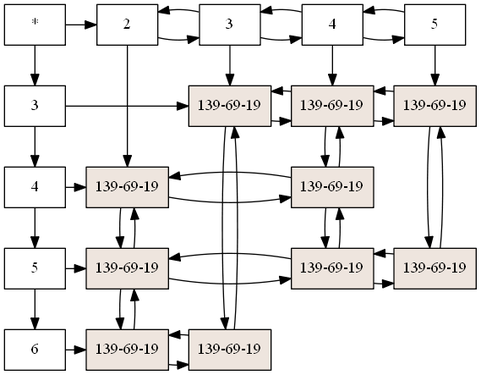
Eduardo01004/EDD_2S2019_PY1_201612124 keeps this Graphviz diagram as Proyecto1/Matriz.png. Above is the earlier version. Its source is kept beside it as Proyecto1/Matriz.dot.
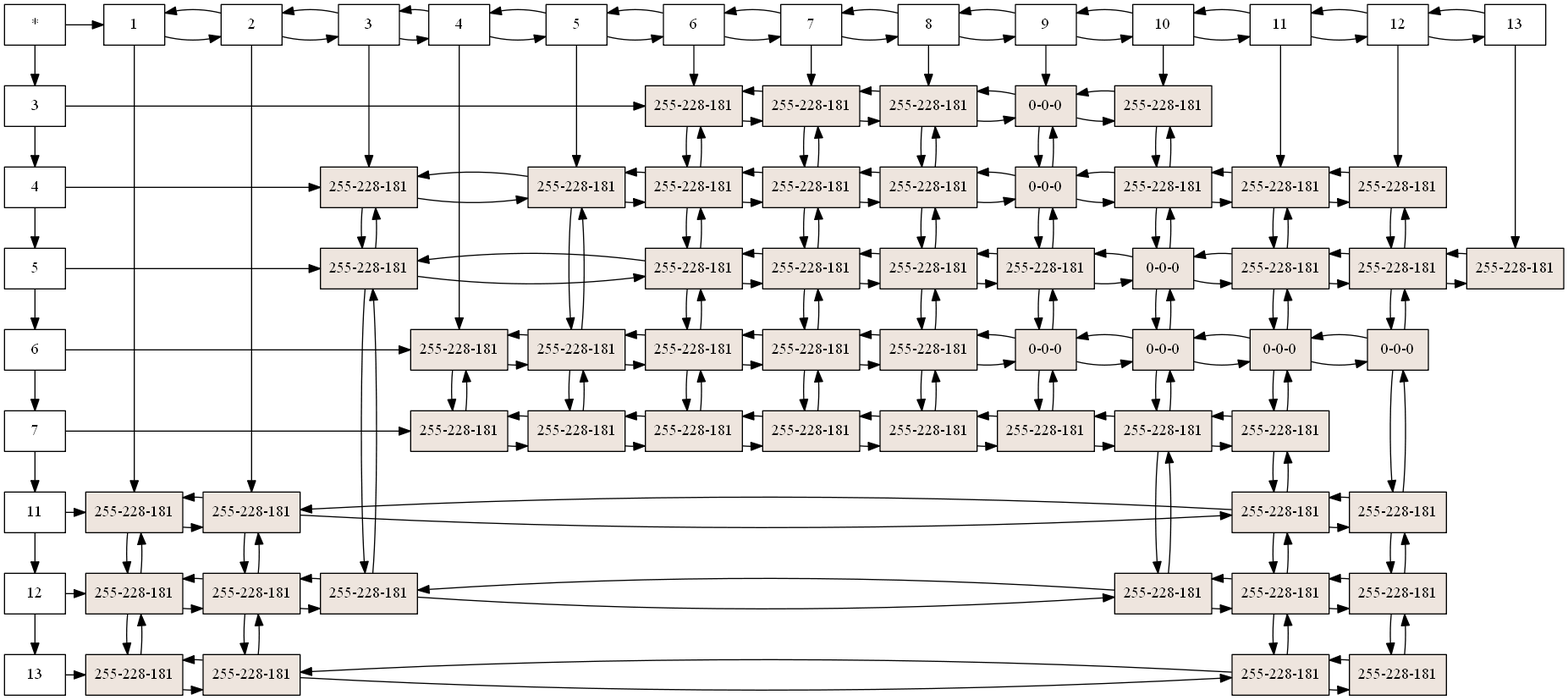
Above is the later version.

Change to the diagram source:
```diff
@@ -1,70 +1,316 @@
 digraph G{
 node [shape = box]
 raiz[label="*"  group=1];
-11646632 [label="3" group = 1];
-11646664 [label="4" group = 1];
-11646920 [label="5" group = 1];
-11646728 [label="6" group = 1];
-11646632->11646664;
-11646664->11646920;
-11646920->11646728;
-11646600 [label="2" group = 4];
-11646952 [label="3" group = 5];
-11647336 [label="4" group = 6];
-11646856 [label="5" group = 7];
-11646600->11646952;
-11646952->11646600;
-11646952->11647336;
-11647336->11646952;
-11647336->11646856;
-11646856->11647336;
-raiz -> 11646632;
-raiz -> 11646600;
-{ rank  = same; raiz 11646600; 11646952; 11647336; 11646856; }
-11647776 [style=filled,fillcolor=seashell2,label= "139-69-19" group = 4 ];
-11647944 [style=filled,fillcolor=seashell2,label= "139-69-19" group = 4 ];
-11648504 [style=filled,fillcolor=seashell2,label= "139-69-19" group = 4 ];
-11647664 [style=filled,fillcolor=seashell2,label= "139-69-19" group = 5 ];
-11648672 [style=filled,fillcolor=seashell2,label= "139-69-19" group = 5 ];
-11648840 [style=filled,fillcolor=seashell2,label= "139-69-19" group = 6 ];
-11647888 [style=filled,fillcolor=seashell2,label= "139-69-19" group = 6 ];
-11648168 [style=filled,fillcolor=seashell2,label= "139-69-19" group = 6 ];
-11647720 [style=filled,fillcolor=seashell2,label= "139-69-19" group = 7 ];
-11648336 [style=filled,fillcolor=seashell2,label= "139-69-19" group = 7 ];
-11646632->11647664;
-11647664->11648840;
-11648840->11647664;
-11648840->11647720;
-11647720->11648840;
-{ rank = same; 11646632; 11647664; 11648840; 11647720; }
-11646664->11647776;
-11647776->11647888;
-11647888->11647776;
-{ rank = same; 11646664; 11647776; 11647888; }
-11646920->11647944;
-11647944->11648168;
-11648168->11647944;
-11648168->11648336;
-11648336->11648168;
-{ rank = same; 11646920; 11647944; 11648168; 11648336; }
-11646728->11648504;
-11648504->11648672;
-11648672->11648504;
-{ rank = same; 11646728; 11648504; 11648672; }
-11646600->11647776;
-11647776->11647944;
-11647944->11647776;
-11647944->11648504;
-11648504->11647944;
-11646952->11647664;
-11647664->11648672;
-11648672->11647664;
-11647336->11648840;
-11648840->11647888;
-11647888->11648840;
-11647888->11648168;
-11648168->11647888;
-11646856->11647720;
-11647720->11648336;
-11648336->11647720;
+13309736 [label="3" group = 1];
+13348656 [label="4" group = 1];
+13349288 [label="5" group = 1];
+13350600 [label="6" group = 1];
+13350824 [label="7" group = 1];
+13350664 [label="11" group = 1];
+13350792 [label="12" group = 1];
+13350504 [label="13" group = 1];
+13309736->13348656;
+13348656->13349288;
+13349288->13350600;
+13350600->13350824;
+13350824->13350664;
+13350664->13350792;
+13350792->13350504;
+13351048 [label="1" group = 3];
+13350536 [label="2" group = 4];
+13348624 [label="3" group = 5];
+13350760 [label="4" group = 6];
+13348744 [label="5" group = 7];
+13309704 [label="6" group = 8];
+13309824 [label="7" group = 9];
+13348360 [label="8" group = 10];
+13348448 [label="9" group = 11];
+13348536 [label="10" group = 12];
+13349112 [label="11" group = 13];
+13349200 [label="12" group = 14];
+13350984 [label="13" group = 15];
+13351048->13350536;
+13350536->13351048;
+13350536->13348624;
+13348624->13350536;
+13348624->13350760;
+13350760->13348624;
+13350760->13348744;
+13348744->13350760;
+13348744->13309704;
+13309704->13348744;
+13309704->13309824;
+13309824->13309704;
+13309824->13348360;
+13348360->13309824;
+13348360->13348448;
+13348448->13348360;
+13348448->13348536;
+13348536->13348448;
+13348536->13349112;
+13349112->13348536;
+13349112->13349200;
+13349200->13349112;
+13349200->13350984;
+13350984->13349200;
+raiz -> 13309736;
+raiz -> 13351048;
+{ rank  = same; raiz 13351048; 13350536; 13348624; 13350760; 13348744; 13309704; 13309824; 13348360; 13348448; 13348536; 13349112; 13349200; 13350984; }
+13352720 [style=filled,fillcolor=seashell2,label= "255-228-181" group = 3 ];
+13351992 [style=filled,fillcolor=seashell2,label= "255-228-181" group = 3 ];
+13353056 [style=filled,fillcolor=seashell2,label= "255-228-181" group = 3 ];
+13352104 [style=filled,fillcolor=seashell2,label= "255-228-181" group = 4 ];
+13352160 [style=filled,fillcolor=seashell2,label= "255-228-181" group = 4 ];
+13351544 [style=filled,fillcolor=seashell2,label= "255-228-181" group = 4 ];
+13348688 [style=filled,fillcolor=seashell2,label= "255-228-181" group = 5 ];
+13349320 [style=filled,fillcolor=seashell2,label= "255-228-181" group = 5 ];
+13351712 [style=filled,fillcolor=seashell2,label= "255-228-181" group = 5 ];
+13349584 [style=filled,fillcolor=seashell2,label= "255-228-181" group = 6 ];
+13350256 [style=filled,fillcolor=seashell2,label= "255-228-181" group = 6 ];
+13348776 [style=filled,fillcolor=seashell2,label= "255-228-181" group = 7 ];
+13349640 [style=filled,fillcolor=seashell2,label= "255-228-181" group = 7 ];
+13352440 [style=filled,fillcolor=seashell2,label= "255-228-181" group = 7 ];
+13309768 [style=filled,fillcolor=seashell2,label= "255-228-181" group = 8 ];
+13348832 [style=filled,fillcolor=seashell2,label= "255-228-181" group = 8 ];
+13349376 [style=filled,fillcolor=seashell2,label= "255-228-181" group = 8 ];
+13349920 [style=filled,fillcolor=seashell2,label= "255-228-181" group = 8 ];
+13352776 [style=filled,fillcolor=seashell2,label= "255-228-181" group = 8 ];
+13309856 [style=filled,fillcolor=seashell2,label= "255-228-181" group = 9 ];
+13348888 [style=filled,fillcolor=seashell2,label= "255-228-181" group = 9 ];
+13349528 [style=filled,fillcolor=seashell2,label= "255-228-181" group = 9 ];
+13349696 [style=filled,fillcolor=seashell2,label= "255-228-181" group = 9 ];
+13352832 [style=filled,fillcolor=seashell2,label= "255-228-181" group = 9 ];
+13348392 [style=filled,fillcolor=seashell2,label= "255-228-181" group = 10 ];
+13348944 [style=filled,fillcolor=seashell2,label= "255-228-181" group = 10 ];
+13349864 [style=filled,fillcolor=seashell2,label= "255-228-181" group = 10 ];
+13349752 [style=filled,fillcolor=seashell2,label= "255-228-181" group = 10 ];
+13352664 [style=filled,fillcolor=seashell2,label= "255-228-181" group = 10 ];
+13348480 [style=filled,fillcolor=seashell2,label= "0-0-0" group = 11 ];
+13349000 [style=filled,fillcolor=seashell2,label= "0-0-0" group = 11 ];
+13349976 [style=filled,fillcolor=seashell2,label= "255-228-181" group = 11 ];
+13349808 [style=filled,fillcolor=seashell2,label= "0-0-0" group = 11 ];
+13352888 [style=filled,fillcolor=seashell2,label= "255-228-181" group = 11 ];
+13348568 [style=filled,fillcolor=seashell2,label= "255-228-181" group = 12 ];
+13349056 [style=filled,fillcolor=seashell2,label= "255-228-181" group = 12 ];
+13350368 [style=filled,fillcolor=seashell2,label= "0-0-0" group = 12 ];
+13350144 [style=filled,fillcolor=seashell2,label= "0-0-0" group = 12 ];
+13353168 [style=filled,fillcolor=seashell2,label= "255-228-181" group = 12 ];
+13352552 [style=filled,fillcolor=seashell2,label= "255-228-181" group = 12 ];
+13349144 [style=filled,fillcolor=seashell2,label= "255-228-181" group = 13 ];
+13350312 [style=filled,fillcolor=seashell2,label= "255-228-181" group = 13 ];
+13350200 [style=filled,fillcolor=seashell2,label= "0-0-0" group = 13 ];
+13353000 [style=filled,fillcolor=seashell2,label= "255-228-181" group = 13 ];
+13351880 [style=filled,fillcolor=seashell2,label= "255-228-181" group = 13 ];
+13353280 [style=filled,fillcolor=seashell2,label= "255-228-181" group = 13 ];
+13353112 [style=filled,fillcolor=seashell2,label= "255-228-181" group = 13 ];
+13349232 [style=filled,fillcolor=seashell2,label= "255-228-181" group = 14 ];
+13349472 [style=filled,fillcolor=seashell2,label= "255-228-181" group = 14 ];
+13350032 [style=filled,fillcolor=seashell2,label= "0-0-0" group = 14 ];
+13351656 [style=filled,fillcolor=seashell2,label= "255-228-181" group = 14 ];
+13351936 [style=filled,fillcolor=seashell2,label= "255-228-181" group = 14 ];
+13352944 [style=filled,fillcolor=seashell2,label= "255-228-181" group = 14 ];
+13350088 [style=filled,fillcolor=seashell2,label= "255-228-181" group = 15 ];
+13309736->13309768;
+13309768->13309856;
+13309856->13309768;
+13309856->13348392;
+13348392->13309856;
+13348392->13348480;
+13348480->13348392;
+13348480->13348568;
+13348568->13348480;
+{ rank = same; 13309736; 13309768; 13309856; 13348392; 13348480; 13348568; }
+13348656->13348688;
+13348688->13348776;
+13348776->13348688;
+13348776->13348832;
+13348832->13348776;
+13348832->13348888;
+13348888->13348832;
+13348888->13348944;
+13348944->13348888;
+13348944->13349000;
+13349000->13348944;
+13349000->13349056;
+13349056->13349000;
+13349056->13349144;
+13349144->13349056;
+13349144->13349232;
+13349232->13349144;
+{ rank = same; 13348656; 13348688; 13348776; 13348832; 13348888; 13348944; 13349000; 13349056; 13349144; 13349232; }
+13349288->13349320;
+13349320->13349376;
+13349376->13349320;
+13349376->13349528;
+13349528->13349376;
+13349528->13349864;
+13349864->13349528;
+13349864->13349976;
+13349976->13349864;
+13349976->13350368;
+13350368->13349976;
+13350368->13350312;
+13350312->13350368;
+13350312->13349472;
+13349472->13350312;
+13349472->13350088;
+13350088->13349472;
+{ rank = same; 13349288; 13349320; 13349376; 13349528; 13349864; 13349976; 13350368; 13350312; 13349472; 13350088; }
+13350600->13349584;
+13349584->13349640;
+13349640->13349584;
+13349640->13349920;
+13349920->13349640;
+13349920->13349696;
+13349696->13349920;
+13349696->13349752;
+13349752->13349696;
+13349752->13349808;
+13349808->13349752;
+13349808->13350144;
+13350144->13349808;
+13350144->13350200;
+13350200->13350144;
+13350200->13350032;
+13350032->13350200;
+{ rank = same; 13350600; 13349584; 13349640; 13349920; 13349696; 13349752; 13349808; 13350144; 13350200; 13350032; }
+13350824->13350256;
+13350256->13352440;
+13352440->13350256;
+13352440->13352776;
+13352776->13352440;
+13352776->13352832;
+13352832->13352776;
+13352832->13352664;
+13352664->13352832;
+13352664->13352888;
+13352888->13352664;
+13352888->13353168;
+13353168->13352888;
+13353168->13353000;
+13353000->13353168;
+{ rank = same; 13350824; 13350256; 13352440; 13352776; 13352832; 13352664; 13352888; 13353168; 13353000; }
+13350664->13352720;
+13352720->13352104;
+13352104->13352720;
+13352104->13351880;
+13351880->13352104;
+13351880->13351656;
+13351656->13351880;
+{ rank = same; 13350664; 13352720; 13352104; 13351880; 13351656; }
+13350792->13351992;
+13351992->13352160;
+13352160->13351992;
+13352160->13351712;
+13351712->13352160;
+13351712->13352552;
+13352552->13351712;
+13352552->13353280;
+13353280->13352552;
+13353280->13351936;
+13351936->13353280;
+{ rank = same; 13350792; 13351992; 13352160; 13351712; 13352552; 13353280; 13351936; }
+13350504->13353056;
+13353056->13351544;
+13351544->13353056;
+13351544->13353112;
+13353112->13351544;
+13353112->13352944;
+13352944->13353112;
+{ rank = same; 13350504; 13353056; 13351544; 13353112; 13352944; }
+13351048->13352720;
+13352720->13351992;
+13351992->13352720;
+13351992->13353056;
+13353056->13351992;
+13350536->13352104;
+13352104->13352160;
+13352160->13352104;
+13352160->13351544;
+13351544->13352160;
+13348624->13348688;
+13348688->13349320;
+13349320->13348688;
+13349320->13351712;
+13351712->13349320;
+13350760->13349584;
+13349584->13350256;
+13350256->13349584;
+13348744->13348776;
+13348776->13349640;
+13349640->13348776;
+13349640->13352440;
+13352440->13349640;
+13309704->13309768;
+13309768->13348832;
+13348832->13309768;
+13348832->13349376;
+13349376->13348832;
+13349376->13349920;
+13349920->13349376;
+13349920->13352776;
+13352776->13349920;
+13309824->13309856;
+13309856->13348888;
+13348888->13309856;
+13348888->13349528;
+13349528->13348888;
+13349528->13349696;
+13349696->13349528;
+13349696->13352832;
+13352832->13349696;
+13348360->13348392;
+13348392->13348944;
+13348944->13348392;
+13348944->13349864;
+13349864->13348944;
+13349864->13349752;
+13349752->13349864;
+13349752->13352664;
+13352664->13349752;
+13348448->13348480;
+13348480->13349000;
+13349000->13348480;
+13349000->13349976;
+13349976->13349000;
+13349976->13349808;
+13349808->13349976;
+13349808->13352888;
+13352888->13349808;
+13348536->13348568;
+13348568->13349056;
+13349056->13348568;
+13349056->13350368;
+13350368->13349056;
+13350368->13350144;
+13350144->13350368;
+13350144->13353168;
+13353168->13350144;
+13353168->13352552;
+13352552->13353168;
+13349112->13349144;
+13349144->13350312;
+13350312->13349144;
+13350312->13350200;
+13350200->13350312;
+13350200->13353000;
+13353000->13350200;
+13353000->13351880;
+13351880->13353000;
+13351880->13353280;
+13353280->13351880;
+13353280->13353112;
+13353112->13353280;
+13349200->13349232;
+13349232->13349472;
+13349472->13349232;
+13349472->13350032;
+13350032->13349472;
+13350032->13351656;
+13351656->13350032;
+13351656->13351936;
+13351936->13351656;
+13351936->13352944;
+13352944->13351936;
+13350984->13350088;
 }
```
